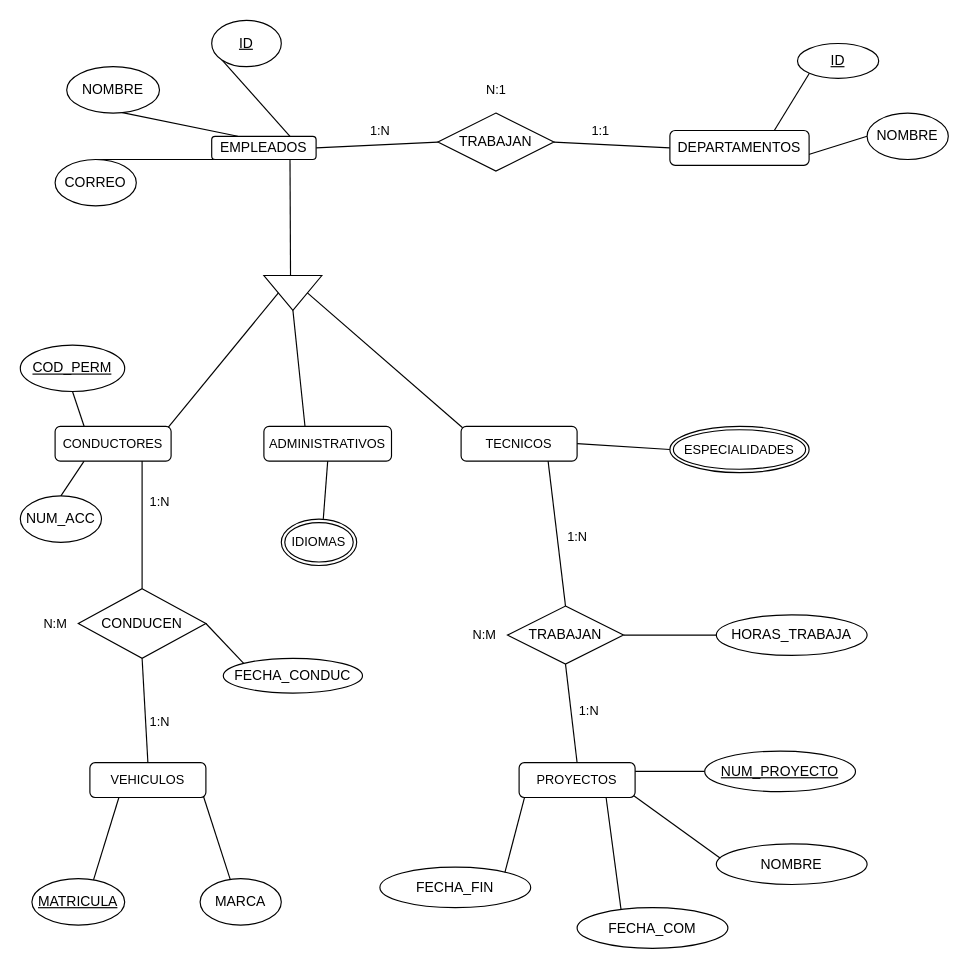
Above: page "diagram-3" (1 of 3) of bases-datos/diagrams.drawio in igardiet/dam (draw.io), before the change. Source tidied: cells renumbered, new cells numbered last; positions are measured from the earlier drawing's top-left corner, leaving out a move shared by most shapes. Both pictures are drawn from the tidied source at 116%, with x=0, y=0 at pixel (20, 20).
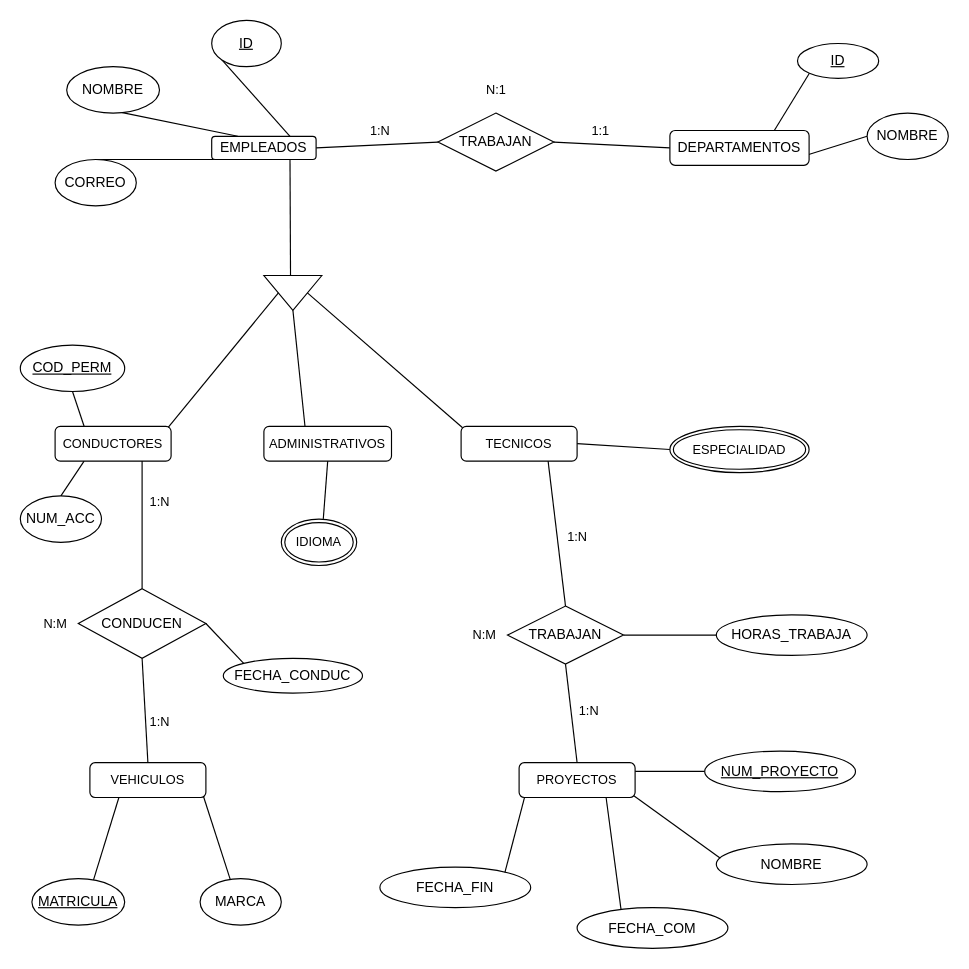
After the change.

What changed in the source:
```diff
@@
-    <mxCell id="48" value="IDIOMAS" style="ellipse;shape=doubleEllipse;margin=3;whiteSpace=wrap;html=1;align=center;fontFamily=Helvetica;fontSize=11;fontColor=default;" parent="1" vertex="1">
+    <mxCell id="48" value="IDIOMA" style="ellipse;shape=doubleEllipse;margin=3;whiteSpace=wrap;html=1;align=center;fontFamily=Helvetica;fontSize=11;fontColor=default;" parent="1" vertex="1">
       <mxGeometry x="225" y="430" width="65" height="40" as="geometry" />
     </mxCell>
-    <mxCell id="49" value="ESPECIALIDADES" style="ellipse;shape=doubleEllipse;margin=3;whiteSpace=wrap;html=1;align=center;fontFamily=Helvetica;fontSize=11;fontColor=default;" parent="1" vertex="1">
+    <mxCell id="49" value="ESPECIALIDAD" style="ellipse;shape=doubleEllipse;margin=3;whiteSpace=wrap;html=1;align=center;fontFamily=Helvetica;fontSize=11;fontColor=default;" parent="1" vertex="1">
       <mxGeometry x="560" y="350" width="120" height="40" as="geometry" />
     </mxCell>
```
